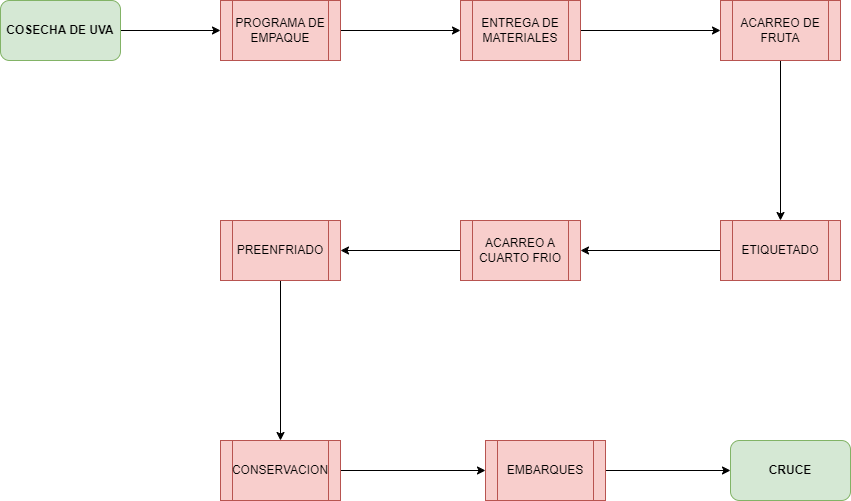
Earlier version of the draw.io export Diagramas/00 General.drawio.png (OshawkUvex/Diagrams). Source tidied: cells renumbered, new cells last; positions are measured from the earlier drawing's top-left corner, leaving out a move shared by most shapes.
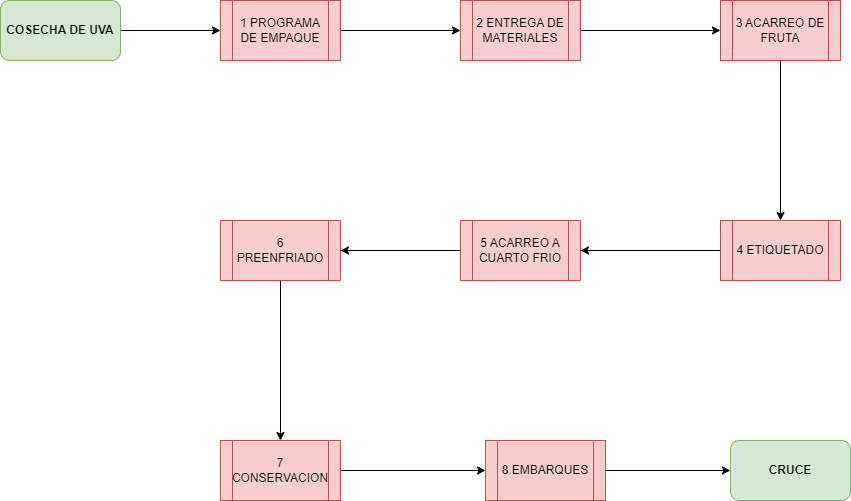
The same file after the commit.

What changed in the source:
```diff
@@ -47,13 +47,13 @@
     <mxCell id="16" style="edgeStyle=orthogonalEdgeStyle;rounded=0;jettySize=auto;html=1;entryX=0;entryY=0.5;entryDx=0;entryDy=0;" parent="1" edge="1" source="17" target="19">
       <mxGeometry relative="1" as="geometry" />
     </mxCell>
-    <mxCell id="17" value="CONSERVACION" style="shape=process;whiteSpace=wrap;html=1;backgroundOutline=1;fillColor=#f8cecc;strokeColor=#b85450;" parent="1" vertex="1">
+    <mxCell id="17" value="7 CONSERVACION" style="shape=process;whiteSpace=wrap;html=1;backgroundOutline=1;fillColor=#f8cecc;strokeColor=#b85450;" parent="1" vertex="1">
       <mxGeometry x="220" y="440" width="120" height="60" as="geometry" />
     </mxCell>
     <mxCell id="18" style="edgeStyle=orthogonalEdgeStyle;rounded=0;jettySize=auto;html=1;entryX=0;entryY=0.5;entryDx=0;entryDy=0;" parent="1" edge="1" source="19" target="20">
       <mxGeometry relative="1" as="geometry" />
     </mxCell>
-    <mxCell id="19" value="EMBARQUES" style="shape=process;whiteSpace=wrap;html=1;backgroundOutline=1;fillColor=#f8cecc;strokeColor=#b85450;" parent="1" vertex="1">
+    <mxCell id="19" value="8 EMBARQUES" style="shape=process;whiteSpace=wrap;html=1;backgroundOutline=1;fillColor=#f8cecc;strokeColor=#b85450;" parent="1" vertex="1">
       <mxGeometry x="485" y="440" width="120" height="60" as="geometry" />
     </mxCell>
     <mxCell id="20" value="CRUCE" style="rounded=1;whiteSpace=wrap;html=1;fillColor=#d5e8d4;strokeColor=#82b366;fontStyle=1;" parent="1" vertex="1">
@@ -65,13 +65,13 @@
     <mxCell id="22" value="PROGRAMA DE EMPAQUE" style="shape=process;whiteSpace=wrap;html=1;backgroundOutline=1;" parent="1" vertex="1">
       <mxGeometry x="220" width="120" height="60" as="geometry" />
     </mxCell>
-    <mxCell id="23" value="ACARREO DE FRUTA" style="shape=process;whiteSpace=wrap;html=1;backgroundOutline=1;fillColor=#f8cecc;strokeColor=#b85450;" parent="1" vertex="1">
+    <mxCell id="23" value="3 ACARREO DE FRUTA" style="shape=process;whiteSpace=wrap;html=1;backgroundOutline=1;fillColor=#f8cecc;strokeColor=#b85450;" parent="1" vertex="1">
       <mxGeometry x="720" width="120" height="60" as="geometry" />
     </mxCell>
-    <mxCell id="24" value="ENTREGA DE MATERIALES" style="shape=process;whiteSpace=wrap;html=1;backgroundOutline=1;fillColor=#f8cecc;strokeColor=#b85450;" parent="1" vertex="1">
+    <mxCell id="24" value="2 ENTREGA DE MATERIALES" style="shape=process;whiteSpace=wrap;html=1;backgroundOutline=1;fillColor=#f8cecc;strokeColor=#b85450;" parent="1" vertex="1">
       <mxGeometry x="460" width="120" height="60" as="geometry" />
     </mxCell>
-    <mxCell id="25" value="ACARREO A CUARTO FRIO" style="shape=process;whiteSpace=wrap;html=1;backgroundOutline=1;fillColor=#f8cecc;strokeColor=#b85450;" parent="1" vertex="1">
+    <mxCell id="25" value="5 ACARREO A CUARTO FRIO" style="shape=process;whiteSpace=wrap;html=1;backgroundOutline=1;fillColor=#f8cecc;strokeColor=#b85450;" parent="1" vertex="1">
       <mxGeometry x="460" y="220" width="120" height="60" as="geometry" />
     </mxCell>
     <mxCell id="26" value="ETIQUETADO" style="shape=process;whiteSpace=wrap;html=1;backgroundOutline=1;" parent="1" vertex="1">
@@ -101,13 +101,13 @@
     <mxCell id="34" value="ETIQUETADO" style="shape=process;whiteSpace=wrap;html=1;backgroundOutline=1;" parent="1" vertex="1">
       <mxGeometry x="720" y="220" width="120" height="60" as="geometry" />
     </mxCell>
-    <mxCell id="35" value="PREENFRIADO" style="shape=process;whiteSpace=wrap;html=1;backgroundOutline=1;fillColor=#f8cecc;strokeColor=#b85450;" parent="1" vertex="1">
+    <mxCell id="35" value="6 PREENFRIADO" style="shape=process;whiteSpace=wrap;html=1;backgroundOutline=1;fillColor=#f8cecc;strokeColor=#b85450;" parent="1" vertex="1">
       <mxGeometry x="220" y="220" width="120" height="60" as="geometry" />
     </mxCell>
-    <mxCell id="36" value="PROGRAMA DE EMPAQUE" style="shape=process;whiteSpace=wrap;html=1;backgroundOutline=1;fillColor=#f8cecc;strokeColor=#b85450;" parent="1" vertex="1">
+    <mxCell id="36" value="1 PROGRAMA DE EMPAQUE" style="shape=process;whiteSpace=wrap;html=1;backgroundOutline=1;fillColor=#f8cecc;strokeColor=#b85450;" parent="1" vertex="1">
       <mxGeometry x="220" width="120" height="60" as="geometry" />
     </mxCell>
-    <mxCell id="37" value="ETIQUETADO" style="shape=process;whiteSpace=wrap;html=1;backgroundOutline=1;fillColor=#f8cecc;strokeColor=#b85450;" parent="1" vertex="1">
+    <mxCell id="37" value="4 ETIQUETADO" style="shape=process;whiteSpace=wrap;html=1;backgroundOutline=1;fillColor=#f8cecc;strokeColor=#b85450;" parent="1" vertex="1">
       <mxGeometry x="720" y="220" width="120" height="60" as="geometry" />
     </mxCell>
   </root>
```
